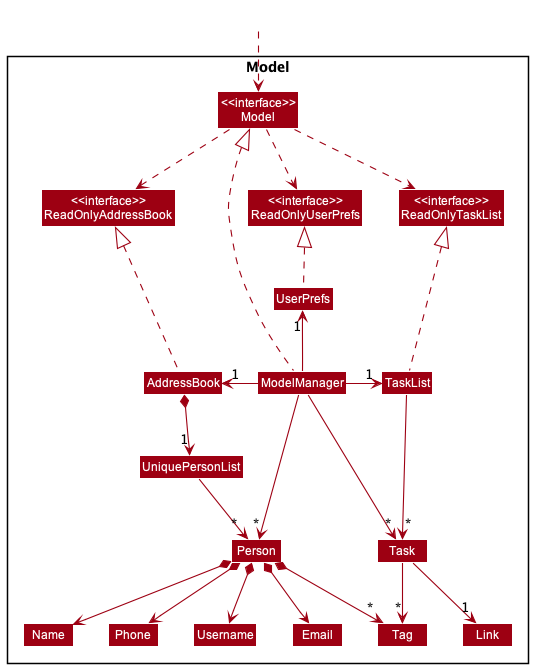
Earlier version of the PlantUML export docs/images/ModelClassDiagram.png (snss231/tp).
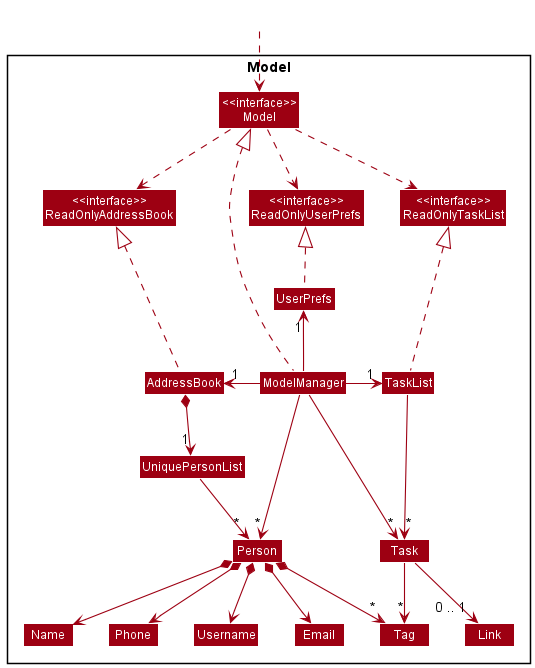
The same diagram one commit later.

The edit, as a diff of the source:
```diff
@@ -52,7 +52,7 @@
 Person *--> "*" Tag
 
 Task -> "*" Tag
-Task -down-> "1" Link
+Task -down-> "0 .. 1" Link
 
 Name -[hidden]right-> Phone
 Task -[hidden]left-----> Person
```
